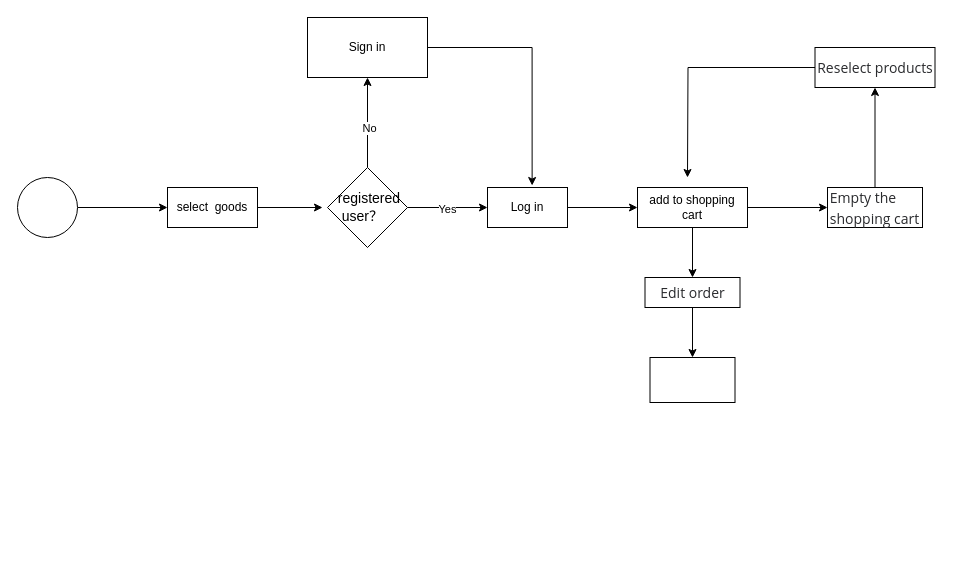
The draw.io diagram 未命名绘图.drawio in Pokezoom/test, before the edit. Source tidied: cells renumbered, new cells numbered last; positions are measured from the earlier drawing's top-left corner, leaving out a move shared by most shapes. Both pictures are drawn from the tidied source at 100%, with x=0, y=0 at pixel (17, 17).
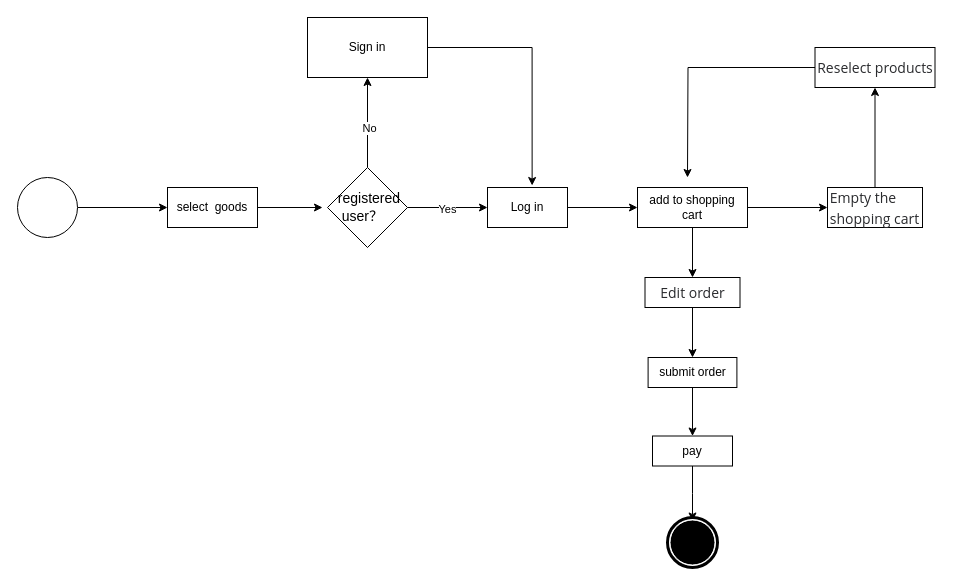
After the change.

Commit message (it also covers changes not shown here):
更新未命名绘图.drawio

Change to the diagram source:
```diff
@@
+    <mxCell id="25" style="edgeStyle=orthogonalEdgeStyle;rounded=0;jettySize=auto;html=1;" parent="1" edge="1" source="24" target="27">
+      <mxGeometry relative="1" as="geometry" />
+    </mxCell>
-    <mxCell id="24" style="whiteSpace=wrap;html=1;" parent="1" vertex="1">
-      <mxGeometry x="632.5" y="340" width="85" height="45" as="geometry" />
+    <mxCell id="24" value="submit order" style="whiteSpace=wrap;html=1;" parent="1" vertex="1">
+      <mxGeometry x="630.6" y="340" width="88.8" height="30" as="geometry" />
     </mxCell>
+    <mxCell id="26" style="edgeStyle=orthogonalEdgeStyle;rounded=0;jettySize=auto;html=1;" parent="1" edge="1" source="27">
+      <mxGeometry relative="1" as="geometry">
+        <mxPoint x="675" y="503.5" as="targetPoint" />
+      </mxGeometry>
+    </mxCell>
+    <mxCell id="27" value="pay&lt;br&gt;" style="whiteSpace=wrap;html=1;" parent="1" vertex="1">
+      <mxGeometry x="635" y="418.5" width="80" height="30" as="geometry" />
+    </mxCell>
+    <mxCell id="28" style="shape=mxgraph.bpmn.event;html=1;verticalLabelPosition=bottom;labelBackgroundColor=#ffffff;verticalAlign=top;align=center;perimeter=ellipsePerimeter;outline=end;symbol=terminate;" parent="1" vertex="1">
+      <mxGeometry x="650" y="500" width="50" height="50" as="geometry" />
+    </mxCell>
```
